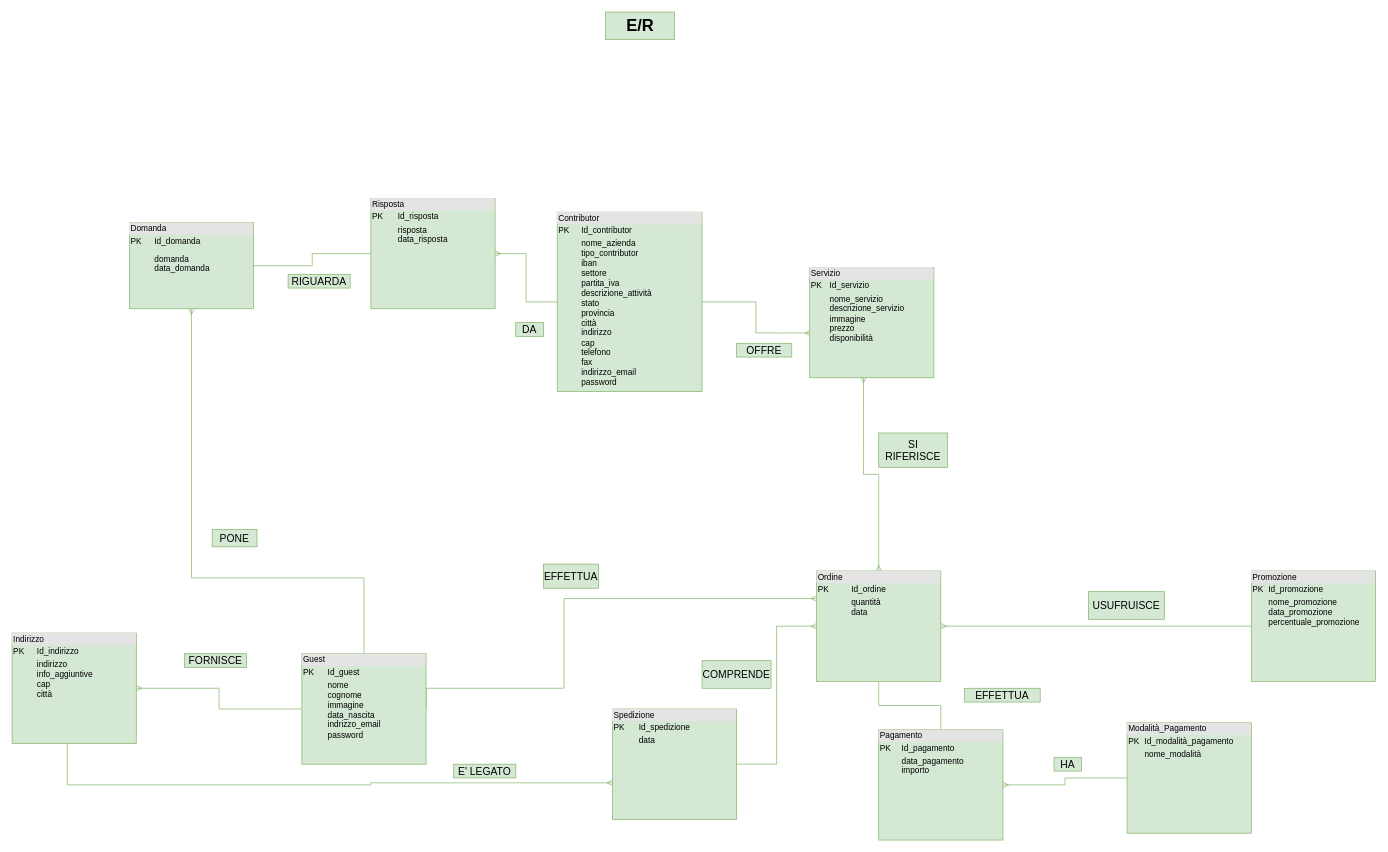
giadaventurini-pixel/giadaventurini-5binf keeps this draw.io diagram as ER.drawio. Above is the earlier version. Source tidied: cells renumbered, new cells numbered last; positions are measured from the earlier drawing's top-left corner, leaving out a move shared by most shapes. Both pictures are drawn from the tidied source at 69%, with x=0, y=0 at pixel (12, 12).
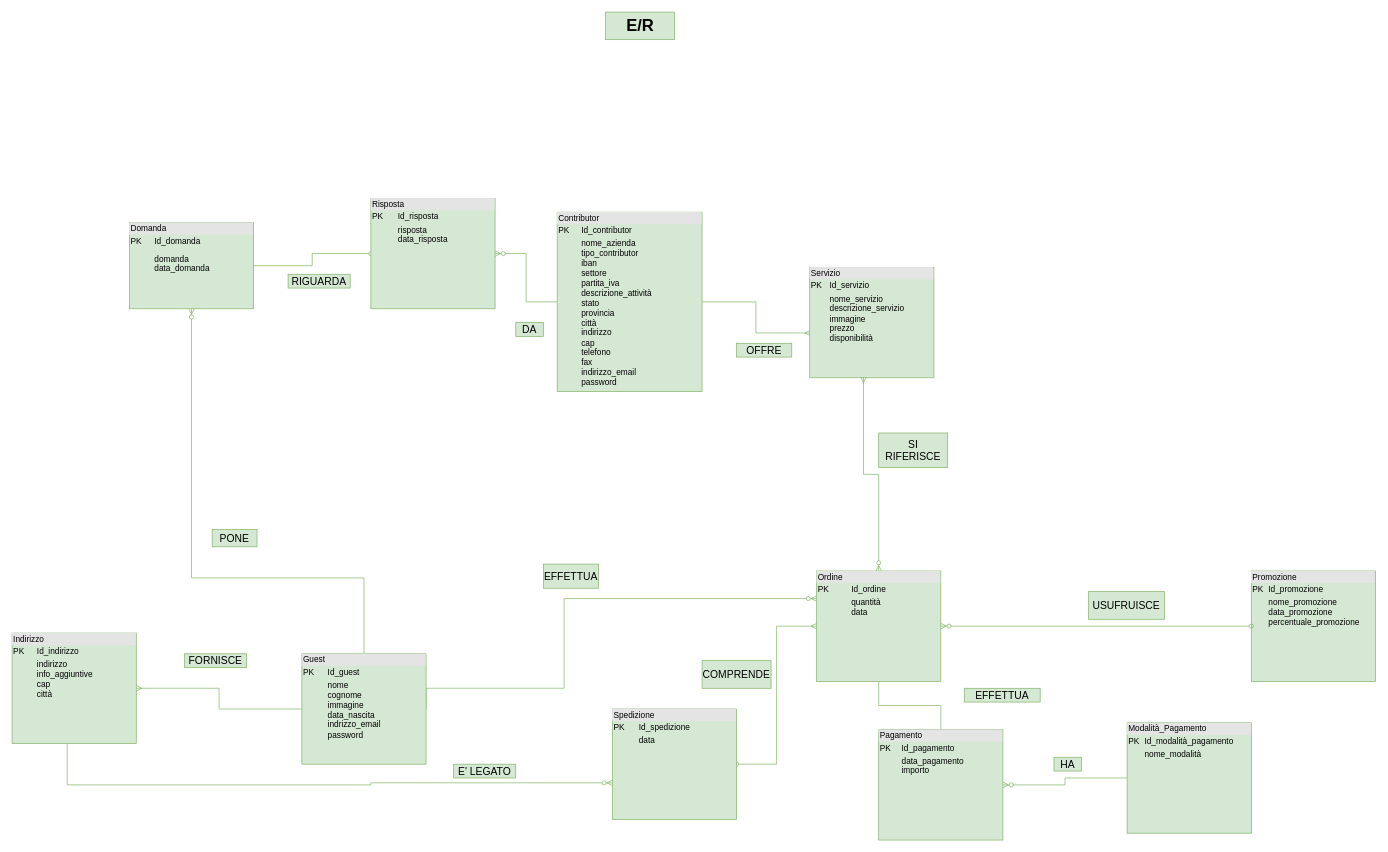
The same page after the edit.

The change refers to these unchanged cells:
```xml
<mxCell id="3" value="&lt;div style=&quot;box-sizing: border-box ; width: 100% ; background: #e4e4e4 ; padding: 2px&quot;&gt;Contributor&amp;nbsp;&lt;/div&gt;&lt;table style=&quot;width: 100% ; font-size: 1em&quot; cellpadding=&quot;2&quot; cellspacing=&quot;0&quot;&gt;&lt;tbody&gt;&lt;tr&gt;&lt;td&gt;PK&lt;/td&gt;&lt;td&gt;Id_contributor&lt;br&gt;&lt;/td&gt;&lt;/tr&gt;&lt;tr&gt;&lt;td&gt;&lt;br&gt;&lt;br&gt;&lt;br&gt;&lt;br&gt;&lt;br&gt;&lt;br&gt;&lt;br&gt;&lt;br&gt;&lt;br&gt;&lt;br&gt;&lt;br&gt;&lt;/td&gt;&lt;td&gt;nome_azienda&lt;br&gt;tipo_contributor&lt;br&gt;iban&lt;br&gt;settore&lt;br&gt;partita_iva&lt;br&gt;descrizione_attività&lt;br&gt;stato&lt;br&gt;provincia&lt;br&gt;città&lt;br&gt;indirizzo&lt;br&gt;cap&lt;br&gt;telefono&lt;br&gt;fax&lt;br&gt;indirizzo_email&lt;br&gt;password&lt;br&gt;&lt;br&gt;&lt;br&gt;&lt;br&gt;&lt;br&gt;&lt;/td&gt;&lt;/tr&gt;&lt;tr&gt;&lt;td&gt;&amp;nbsp;&lt;/td&gt;&lt;td&gt;&lt;br&gt;&lt;/td&gt;&lt;/tr&gt;&lt;/tbody&gt;&lt;/table&gt;" style="verticalAlign=top;align=left;overflow=fill;html=1;fillColor=#d5e8d4;strokeColor=#82b366;" parent="1" vertex="1">
  <mxGeometry x="790" y="290" width="210" height="260" as="geometry" />
</mxCell>
<mxCell id="7" value="&lt;div style=&quot;box-sizing: border-box ; width: 100% ; background: #e4e4e4 ; padding: 2px&quot;&gt;Guest&lt;/div&gt;&lt;table style=&quot;width: 100% ; font-size: 1em&quot; cellpadding=&quot;2&quot; cellspacing=&quot;0&quot;&gt;&lt;tbody&gt;&lt;tr&gt;&lt;td&gt;PK&lt;/td&gt;&lt;td&gt;Id_guest&lt;br&gt;&lt;/td&gt;&lt;/tr&gt;&lt;tr&gt;&lt;td&gt;&lt;br&gt;&lt;br&gt;&lt;br&gt;&lt;br&gt;&lt;/td&gt;&lt;td&gt;nome&lt;br&gt;cognome&lt;br&gt;immagine&lt;br&gt;data_nascita&lt;br&gt;indrizzo_email&lt;br&gt;password&lt;br&gt;&lt;br&gt;&lt;br&gt;&lt;br&gt;&lt;br&gt;&lt;/td&gt;&lt;/tr&gt;&lt;tr&gt;&lt;td&gt;&amp;nbsp;&lt;/td&gt;&lt;td&gt;&lt;br&gt;&lt;/td&gt;&lt;/tr&gt;&lt;/tbody&gt;&lt;/table&gt;" style="verticalAlign=top;align=left;overflow=fill;html=1;fillColor=#d5e8d4;strokeColor=#82b366;" parent="1" vertex="1">
  <mxGeometry x="420" y="930" width="180" height="160" as="geometry" />
</mxCell>
<mxCell id="8" value="&lt;div style=&quot;box-sizing: border-box ; width: 100% ; background: #e4e4e4 ; padding: 2px&quot;&gt;Domanda&amp;nbsp;&lt;/div&gt;&lt;table style=&quot;width: 100% ; font-size: 1em&quot; cellpadding=&quot;2&quot; cellspacing=&quot;0&quot;&gt;&lt;tbody&gt;&lt;tr&gt;&lt;td&gt;PK&lt;/td&gt;&lt;td&gt;Id_domanda&lt;br&gt;&lt;/td&gt;&lt;/tr&gt;&lt;tr&gt;&lt;td&gt;&lt;br&gt;&lt;br&gt;&lt;br&gt;&lt;/td&gt;&lt;td&gt;domanda&lt;br&gt;data_domanda&lt;br&gt;&lt;/td&gt;&lt;/tr&gt;&lt;tr&gt;&lt;td&gt;&amp;nbsp;&lt;/td&gt;&lt;td&gt;&lt;br&gt;&lt;/td&gt;&lt;/tr&gt;&lt;/tbody&gt;&lt;/table&gt;" style="verticalAlign=top;align=left;overflow=fill;html=1;fillColor=#d5e8d4;strokeColor=#82b366;" parent="1" vertex="1">
  <mxGeometry x="170" y="305" width="180" height="125" as="geometry" />
</mxCell>
<mxCell id="9" value="&lt;div style=&quot;box-sizing: border-box ; width: 100% ; background: #e4e4e4 ; padding: 2px&quot;&gt;Servizio&lt;/div&gt;&lt;table style=&quot;width: 100% ; font-size: 1em&quot; cellpadding=&quot;2&quot; cellspacing=&quot;0&quot;&gt;&lt;tbody&gt;&lt;tr&gt;&lt;td&gt;PK&lt;/td&gt;&lt;td&gt;Id_servizio&lt;br&gt;&lt;/td&gt;&lt;/tr&gt;&lt;tr&gt;&lt;td&gt;&lt;br&gt;&lt;/td&gt;&lt;td&gt;nome_servizio&lt;br&gt;descrizione_servizio&lt;br&gt;immagine&lt;br&gt;prezzo&lt;br&gt;disponibilità&lt;br&gt;&lt;br&gt;&lt;/td&gt;&lt;/tr&gt;&lt;tr&gt;&lt;td&gt;&amp;nbsp;&lt;/td&gt;&lt;td&gt;&lt;br&gt;&lt;br&gt;&lt;/td&gt;&lt;/tr&gt;&lt;/tbody&gt;&lt;/table&gt;" style="verticalAlign=top;align=left;overflow=fill;html=1;fillColor=#d5e8d4;strokeColor=#82b366;" parent="1" vertex="1">
  <mxGeometry x="1156" y="370" width="180" height="160" as="geometry" />
</mxCell>
<mxCell id="10" value="&lt;div style=&quot;box-sizing: border-box ; width: 100% ; background: #e4e4e4 ; padding: 2px&quot;&gt;Promozione&lt;/div&gt;&lt;table style=&quot;width: 100% ; font-size: 1em&quot; cellpadding=&quot;2&quot; cellspacing=&quot;0&quot;&gt;&lt;tbody&gt;&lt;tr&gt;&lt;td&gt;PK&lt;/td&gt;&lt;td&gt;Id_promozione&lt;br&gt;&lt;/td&gt;&lt;/tr&gt;&lt;tr&gt;&lt;td&gt;&lt;br&gt;&lt;br&gt;&lt;br&gt;&lt;br&gt;&lt;/td&gt;&lt;td&gt;nome_promozione&lt;br&gt;data_promozione&lt;br&gt;percentuale_promozione&lt;br&gt;&lt;br&gt;&lt;br&gt;&lt;/td&gt;&lt;/tr&gt;&lt;tr&gt;&lt;td&gt;&amp;nbsp;&lt;/td&gt;&lt;td&gt;&lt;br&gt;&lt;/td&gt;&lt;/tr&gt;&lt;/tbody&gt;&lt;/table&gt;" style="verticalAlign=top;align=left;overflow=fill;html=1;fillColor=#d5e8d4;strokeColor=#82b366;" parent="1" vertex="1">
  <mxGeometry x="1796" y="810" width="180" height="160" as="geometry" />
</mxCell>
<mxCell id="13" value="&lt;div style=&quot;box-sizing: border-box ; width: 100% ; background: #e4e4e4 ; padding: 2px&quot;&gt;Risposta&lt;/div&gt;&lt;table style=&quot;width: 100% ; font-size: 1em&quot; cellpadding=&quot;2&quot; cellspacing=&quot;0&quot;&gt;&lt;tbody&gt;&lt;tr&gt;&lt;td&gt;PK&lt;/td&gt;&lt;td&gt;Id_risposta&lt;br&gt;&lt;/td&gt;&lt;/tr&gt;&lt;tr&gt;&lt;td&gt;&lt;br&gt;&lt;br&gt;&lt;/td&gt;&lt;td&gt;risposta&lt;br&gt;data_risposta&lt;br&gt;&lt;br&gt;&lt;/td&gt;&lt;/tr&gt;&lt;tr&gt;&lt;td&gt;&amp;nbsp;&lt;/td&gt;&lt;td&gt;&lt;br&gt;&lt;/td&gt;&lt;/tr&gt;&lt;/tbody&gt;&lt;/table&gt;" style="verticalAlign=top;align=left;overflow=fill;html=1;fillColor=#d5e8d4;strokeColor=#82b366;" parent="1" vertex="1">
  <mxGeometry x="520" y="270" width="180" height="160" as="geometry" />
</mxCell>
<mxCell id="17" value="&lt;div style=&quot;box-sizing: border-box ; width: 100% ; background: #e4e4e4 ; padding: 2px&quot;&gt;Ordine&lt;/div&gt;&lt;table style=&quot;width: 100% ; font-size: 1em&quot; cellpadding=&quot;2&quot; cellspacing=&quot;0&quot;&gt;&lt;tbody&gt;&lt;tr&gt;&lt;td&gt;PK&lt;/td&gt;&lt;td&gt;Id_ordine&lt;br&gt;&lt;/td&gt;&lt;/tr&gt;&lt;tr&gt;&lt;td&gt;&lt;br&gt;&lt;/td&gt;&lt;td&gt;quantità&lt;br&gt;data&lt;/td&gt;&lt;/tr&gt;&lt;tr&gt;&lt;td&gt;&amp;nbsp;&lt;/td&gt;&lt;td&gt;&lt;br&gt;&lt;/td&gt;&lt;/tr&gt;&lt;/tbody&gt;&lt;/table&gt;" style="verticalAlign=top;align=left;overflow=fill;html=1;fillColor=#d5e8d4;strokeColor=#82b366;" parent="1" vertex="1">
  <mxGeometry x="1166" y="810" width="180" height="160" as="geometry" />
</mxCell>
<mxCell id="19" value="&lt;div style=&quot;box-sizing: border-box ; width: 100% ; background: #e4e4e4 ; padding: 2px&quot;&gt;Pagamento&lt;/div&gt;&lt;table style=&quot;width: 100% ; font-size: 1em&quot; cellpadding=&quot;2&quot; cellspacing=&quot;0&quot;&gt;&lt;tbody&gt;&lt;tr&gt;&lt;td&gt;PK&lt;/td&gt;&lt;td&gt;Id_pagamento&lt;br&gt;&lt;/td&gt;&lt;/tr&gt;&lt;tr&gt;&lt;td&gt;&lt;br&gt;&lt;br&gt;&lt;/td&gt;&lt;td&gt;data_pagamento&lt;br&gt;importo&lt;br&gt;&lt;br&gt;&lt;br&gt;&lt;br&gt;&lt;/td&gt;&lt;/tr&gt;&lt;tr&gt;&lt;td&gt;&amp;nbsp;&lt;/td&gt;&lt;td&gt;&lt;br&gt;&lt;/td&gt;&lt;/tr&gt;&lt;/tbody&gt;&lt;/table&gt;" style="verticalAlign=top;align=left;overflow=fill;html=1;fillColor=#d5e8d4;strokeColor=#82b366;" parent="1" vertex="1">
  <mxGeometry x="1256" y="1040" width="180" height="160" as="geometry" />
</mxCell>
<mxCell id="20" value="&lt;div style=&quot;box-sizing: border-box ; width: 100% ; background: #e4e4e4 ; padding: 2px&quot;&gt;Modalità_Pagamento&lt;/div&gt;&lt;table style=&quot;width: 100% ; font-size: 1em&quot; cellpadding=&quot;2&quot; cellspacing=&quot;0&quot;&gt;&lt;tbody&gt;&lt;tr&gt;&lt;td&gt;PK&lt;/td&gt;&lt;td&gt;Id_modalità_pagamento&lt;br&gt;&lt;/td&gt;&lt;/tr&gt;&lt;tr&gt;&lt;td&gt;&lt;br&gt;&lt;/td&gt;&lt;td&gt;nome_modalità&lt;br&gt;&lt;br&gt;&lt;br&gt;&lt;br&gt;&lt;/td&gt;&lt;/tr&gt;&lt;tr&gt;&lt;td&gt;&amp;nbsp;&lt;/td&gt;&lt;td&gt;&lt;br&gt;&lt;/td&gt;&lt;/tr&gt;&lt;/tbody&gt;&lt;/table&gt;" style="verticalAlign=top;align=left;overflow=fill;html=1;fillColor=#d5e8d4;strokeColor=#82b366;" parent="1" vertex="1">
  <mxGeometry x="1616" y="1030" width="180" height="160" as="geometry" />
</mxCell>
<mxCell id="23" value="&lt;div style=&quot;box-sizing: border-box ; width: 100% ; background: #e4e4e4 ; padding: 2px&quot;&gt;Indirizzo&lt;/div&gt;&lt;table style=&quot;width: 100% ; font-size: 1em&quot; cellpadding=&quot;2&quot; cellspacing=&quot;0&quot;&gt;&lt;tbody&gt;&lt;tr&gt;&lt;td&gt;PK&lt;/td&gt;&lt;td&gt;Id_indirizzo&lt;br&gt;&lt;/td&gt;&lt;/tr&gt;&lt;tr&gt;&lt;td&gt;&lt;br&gt;&lt;br&gt;&lt;br&gt;&lt;br&gt;&lt;/td&gt;&lt;td&gt;indirizzo&lt;br&gt;info_aggiuntive&lt;br&gt;cap&lt;br&gt;città&lt;br&gt;&lt;br&gt;&lt;br&gt;&lt;br&gt;&lt;br&gt;&lt;/td&gt;&lt;/tr&gt;&lt;tr&gt;&lt;td&gt;&amp;nbsp;&lt;/td&gt;&lt;td&gt;&lt;br&gt;&lt;/td&gt;&lt;/tr&gt;&lt;/tbody&gt;&lt;/table&gt;" style="verticalAlign=top;align=left;overflow=fill;html=1;fillColor=#d5e8d4;strokeColor=#82b366;" parent="1" vertex="1">
  <mxGeometry y="900" width="180" height="160" as="geometry" />
</mxCell>
<mxCell id="25" value="&lt;div style=&quot;box-sizing: border-box ; width: 100% ; background: #e4e4e4 ; padding: 2px&quot;&gt;Spedizione&lt;/div&gt;&lt;table style=&quot;width: 100% ; font-size: 1em&quot; cellpadding=&quot;2&quot; cellspacing=&quot;0&quot;&gt;&lt;tbody&gt;&lt;tr&gt;&lt;td&gt;PK&lt;/td&gt;&lt;td&gt;Id_spedizione&lt;br&gt;&lt;/td&gt;&lt;/tr&gt;&lt;tr&gt;&lt;td&gt;&lt;br&gt;&lt;br&gt;&lt;/td&gt;&lt;td&gt;data&lt;br&gt;&lt;br&gt;&lt;br&gt;&lt;br&gt;&lt;/td&gt;&lt;/tr&gt;&lt;tr&gt;&lt;td&gt;&amp;nbsp;&lt;/td&gt;&lt;td&gt;&lt;br&gt;&lt;/td&gt;&lt;/tr&gt;&lt;/tbody&gt;&lt;/table&gt;" style="verticalAlign=top;align=left;overflow=fill;html=1;fillColor=#d5e8d4;strokeColor=#82b366;" parent="1" vertex="1">
  <mxGeometry x="870" y="1010" width="180" height="160" as="geometry" />
</mxCell>
```

What changed in the source:
```diff
@@
-    <mxCell id="4" style="edgeStyle=orthogonalEdgeStyle;rounded=0;jettySize=auto;html=1;startArrow=none;startFill=0;endArrow=ERmany;endFill=0;fillColor=#d5e8d4;strokeColor=#82b366;" parent="1" edge="1" source="7" target="8">
+    <mxCell id="4" style="edgeStyle=orthogonalEdgeStyle;rounded=0;jettySize=auto;html=1;startArrow=none;startFill=0;endArrow=ERzeroToMany;endFill=1;fillColor=#d5e8d4;strokeColor=#82b366;" parent="1" edge="1" source="7" target="8">
       <mxGeometry relative="1" as="geometry">
         <Array as="points">
           <mxPoint x="510" y="820" />
           <mxPoint x="260" y="820" />
         </Array>
       </mxGeometry>
     </mxCell>
@@
-    <mxCell id="6" style="edgeStyle=orthogonalEdgeStyle;rounded=0;jettySize=auto;html=1;entryX=0;entryY=0.25;entryDx=0;entryDy=0;startArrow=none;startFill=0;fillColor=#d5e8d4;strokeColor=#82b366;endArrow=ERmany;endFill=0;exitX=1;exitY=0.5;exitDx=0;exitDy=0;" parent="1" edge="1" source="7" target="17">
+    <mxCell id="6" style="edgeStyle=orthogonalEdgeStyle;rounded=0;jettySize=auto;html=1;entryX=0;entryY=0.25;entryDx=0;entryDy=0;startArrow=none;startFill=0;fillColor=#d5e8d4;strokeColor=#82b366;endArrow=ERzeroToMany;endFill=1;exitX=1;exitY=0.5;exitDx=0;exitDy=0;" parent="1" edge="1" source="7" target="17">
       <mxGeometry relative="1" as="geometry">
         <Array as="points">
           <mxPoint x="800" y="980" />
           <mxPoint x="800" y="850" />
         </Array>
       </mxGeometry>
     </mxCell>
@@
-    <mxCell id="11" style="edgeStyle=orthogonalEdgeStyle;rounded=0;jettySize=auto;html=1;entryX=1;entryY=0.5;entryDx=0;entryDy=0;startArrow=none;startFill=0;endArrow=none;endFill=0;fillColor=#d5e8d4;strokeColor=#82b366;" parent="1" edge="1" source="13" target="8">
+    <mxCell id="11" style="edgeStyle=orthogonalEdgeStyle;rounded=0;jettySize=auto;html=1;entryX=1;entryY=0.5;entryDx=0;entryDy=0;startArrow=oval;startFill=0;endArrow=none;endFill=0;fillColor=#d5e8d4;strokeColor=#82b366;" parent="1" edge="1" source="13" target="8">
       <mxGeometry relative="1" as="geometry" />
     </mxCell>
-    <mxCell id="12" style="edgeStyle=orthogonalEdgeStyle;rounded=0;jettySize=auto;html=1;entryX=0;entryY=0.5;entryDx=0;entryDy=0;startArrow=ERmany;startFill=0;endArrow=none;endFill=0;fillColor=#d5e8d4;strokeColor=#82b366;" parent="1" edge="1" source="13" target="3">
+    <mxCell id="12" style="edgeStyle=orthogonalEdgeStyle;rounded=0;jettySize=auto;html=1;entryX=0;entryY=0.5;entryDx=0;entryDy=0;startArrow=ERzeroToMany;startFill=1;endArrow=none;endFill=0;fillColor=#d5e8d4;strokeColor=#82b366;" parent="1" edge="1" source="13" target="3">
       <mxGeometry relative="1" as="geometry" />
     </mxCell>
@@
-    <mxCell id="14" style="edgeStyle=orthogonalEdgeStyle;rounded=0;jettySize=auto;html=1;entryX=0;entryY=0.5;entryDx=0;entryDy=0;startArrow=ERmany;startFill=0;endArrow=none;endFill=0;fillColor=#d5e8d4;strokeColor=#82b366;" parent="1" edge="1" source="17" target="10">
+    <mxCell id="14" style="edgeStyle=orthogonalEdgeStyle;rounded=0;jettySize=auto;html=1;entryX=0;entryY=0.5;entryDx=0;entryDy=0;startArrow=ERzeroToMany;startFill=1;endArrow=oval;endFill=0;fillColor=#d5e8d4;strokeColor=#82b366;" parent="1" edge="1" source="17" target="10">
       <mxGeometry relative="1" as="geometry" />
     </mxCell>
@@
-    <mxCell id="16" style="edgeStyle=orthogonalEdgeStyle;rounded=0;jettySize=auto;html=1;entryX=0.433;entryY=0.994;entryDx=0;entryDy=0;entryPerimeter=0;startArrow=ERmany;startFill=0;endArrow=ERmany;endFill=0;fillColor=#d5e8d4;strokeColor=#82b366;" parent="1" edge="1" source="17" target="9">
+    <mxCell id="16" style="edgeStyle=orthogonalEdgeStyle;rounded=0;jettySize=auto;html=1;entryX=0.433;entryY=0.994;entryDx=0;entryDy=0;entryPerimeter=0;startArrow=ERzeroToMany;startFill=1;endArrow=ERmany;endFill=0;fillColor=#d5e8d4;strokeColor=#82b366;" parent="1" edge="1" source="17" target="9">
       <mxGeometry relative="1" as="geometry" />
     </mxCell>
@@
-    <mxCell id="18" style="edgeStyle=orthogonalEdgeStyle;rounded=0;jettySize=auto;html=1;entryX=0;entryY=0.5;entryDx=0;entryDy=0;startArrow=ERmany;startFill=0;endArrow=none;endFill=0;fillColor=#d5e8d4;strokeColor=#82b366;" parent="1" edge="1" source="19" target="20">
+    <mxCell id="18" style="edgeStyle=orthogonalEdgeStyle;rounded=0;jettySize=auto;html=1;entryX=0;entryY=0.5;entryDx=0;entryDy=0;startArrow=ERzeroToMany;startFill=1;endArrow=none;endFill=0;fillColor=#d5e8d4;strokeColor=#82b366;" parent="1" edge="1" source="19" target="20">
       <mxGeometry relative="1" as="geometry" />
     </mxCell>
@@
-    <mxCell id="22" style="edgeStyle=orthogonalEdgeStyle;rounded=0;jettySize=auto;html=1;entryX=0;entryY=0.669;entryDx=0;entryDy=0;entryPerimeter=0;startArrow=none;startFill=0;endArrow=ERmany;endFill=0;fillColor=#d5e8d4;strokeColor=#82b366;" parent="1" edge="1" source="23" target="25">
+    <mxCell id="22" style="edgeStyle=orthogonalEdgeStyle;rounded=0;jettySize=auto;html=1;entryX=0;entryY=0.669;entryDx=0;entryDy=0;entryPerimeter=0;startArrow=none;startFill=0;endArrow=ERzeroToMany;endFill=1;fillColor=#d5e8d4;strokeColor=#82b366;" parent="1" edge="1" source="23" target="25">
       <mxGeometry relative="1" as="geometry">
         <Array as="points">
           <mxPoint x="80" y="1120" />
           <mxPoint x="520" y="1120" />
           <mxPoint x="520" y="1117" />
         </Array>
       </mxGeometry>
     </mxCell>
@@
-    <mxCell id="24" style="edgeStyle=orthogonalEdgeStyle;rounded=0;jettySize=auto;html=1;entryX=0;entryY=0.5;entryDx=0;entryDy=0;startArrow=none;startFill=0;endArrow=ERmany;endFill=0;fillColor=#d5e8d4;strokeColor=#82b366;" parent="1" edge="1" source="25" target="17">
+    <mxCell id="24" style="edgeStyle=orthogonalEdgeStyle;rounded=0;jettySize=auto;html=1;entryX=0;entryY=0.5;entryDx=0;entryDy=0;startArrow=oval;startFill=0;endArrow=ERmany;endFill=0;fillColor=#d5e8d4;strokeColor=#82b366;" parent="1" edge="1" source="25" target="17">
       <mxGeometry relative="1" as="geometry" />
     </mxCell>
```
